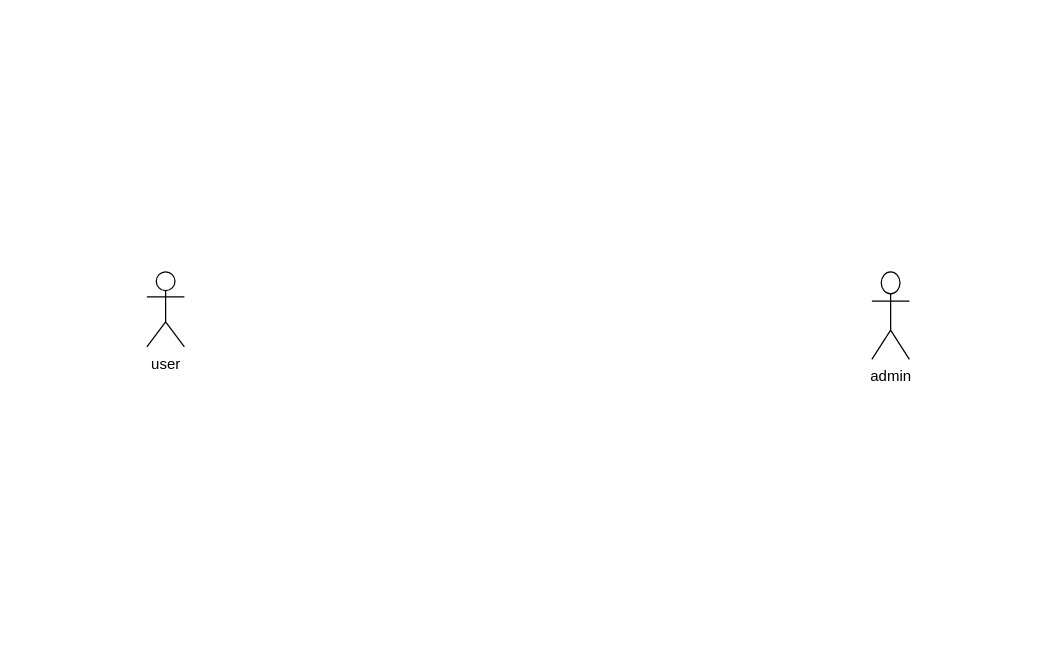
The draw.io diagram diagrams.drawio in YahiaAshraf-CS/Just_For_You_Frontend, before the edit. Source tidied: cells renumbered, new cells numbered last; positions are measured from the earlier drawing's top-left corner, leaving out a move shared by most shapes. Both pictures are drawn from the tidied source at 125%, with x=0, y=0 at pixel (146, 271).
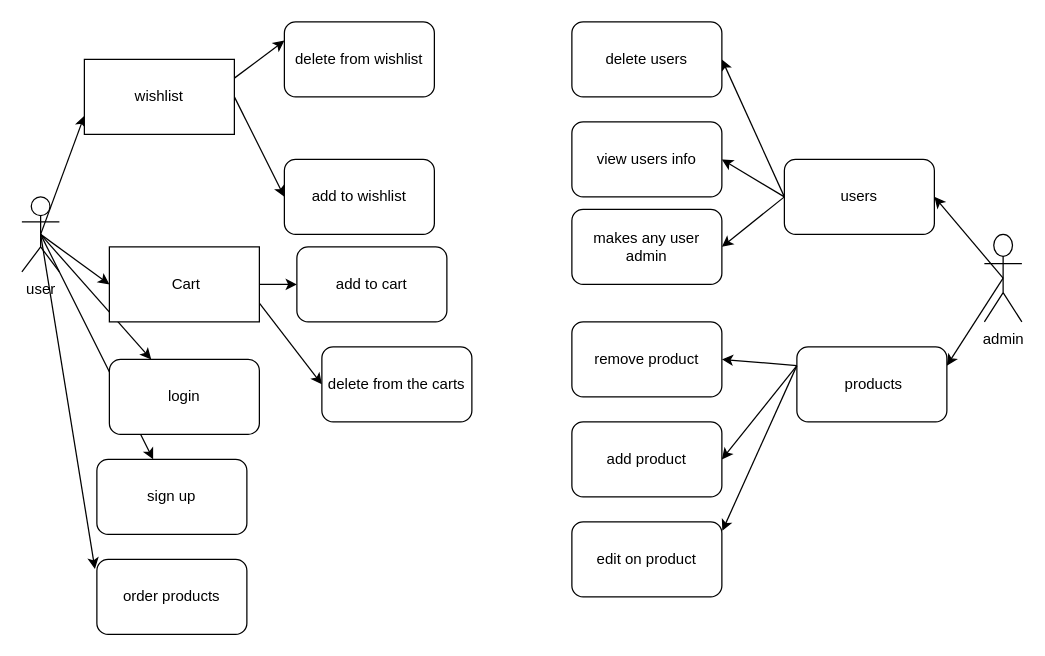
Above is the later version.

Commit message:
use case diagram

Diff of the diagram source:
```diff
@@
+    <mxCell id="4" style="edgeStyle=none;html=1;exitX=0.5;exitY=0.5;exitDx=0;exitDy=0;exitPerimeter=0;entryX=0;entryY=0.75;entryDx=0;entryDy=0;" parent="1" edge="1" source="2" target="12">
+      <mxGeometry relative="1" as="geometry" />
+    </mxCell>
+    <mxCell id="5" style="edgeStyle=none;html=1;exitX=0.5;exitY=0.5;exitDx=0;exitDy=0;exitPerimeter=0;entryX=0;entryY=0.5;entryDx=0;entryDy=0;" parent="1" edge="1" source="2" target="15">
+      <mxGeometry relative="1" as="geometry" />
+    </mxCell>
+    <mxCell id="6" style="edgeStyle=none;html=1;exitX=0.5;exitY=0.5;exitDx=0;exitDy=0;exitPerimeter=0;" parent="1" edge="1" source="2" target="16">
+      <mxGeometry relative="1" as="geometry" />
+    </mxCell>
+    <mxCell id="7" style="edgeStyle=none;html=1;exitX=0.5;exitY=0.5;exitDx=0;exitDy=0;exitPerimeter=0;" parent="1" edge="1" source="2" target="23">
+      <mxGeometry relative="1" as="geometry" />
+    </mxCell>
     <mxCell id="2" value="user" style="shape=umlActor;verticalLabelPosition=bottom;verticalAlign=top;html=1;" parent="1" vertex="1">
-      <mxGeometry width="30" height="60" as="geometry" />
+      <mxGeometry x="-100" y="-60" width="30" height="60" as="geometry" />
     </mxCell>
+    <mxCell id="8" style="edgeStyle=none;html=1;exitX=0.5;exitY=0.5;exitDx=0;exitDy=0;exitPerimeter=0;entryX=1;entryY=0.25;entryDx=0;entryDy=0;" parent="1" edge="1" source="3" target="31">
+      <mxGeometry relative="1" as="geometry" />
+    </mxCell>
+    <mxCell id="9" style="edgeStyle=none;html=1;exitX=0.5;exitY=0.5;exitDx=0;exitDy=0;exitPerimeter=0;entryX=1;entryY=0.5;entryDx=0;entryDy=0;" parent="1" edge="1" source="3" target="27">
+      <mxGeometry relative="1" as="geometry" />
+    </mxCell>
     <mxCell id="3" value="admin" style="shape=umlActor;verticalLabelPosition=bottom;verticalAlign=top;html=1;" parent="1" vertex="1">
-      <mxGeometry x="580" width="30" height="70" as="geometry" />
+      <mxGeometry x="670" y="-30" width="30" height="70" as="geometry" />
     </mxCell>
+    <mxCell id="10" style="edgeStyle=none;html=1;exitX=1;exitY=0.25;exitDx=0;exitDy=0;entryX=0;entryY=0.25;entryDx=0;entryDy=0;" parent="1" edge="1" source="12" target="17">
+      <mxGeometry relative="1" as="geometry" />
+    </mxCell>
+    <mxCell id="11" style="edgeStyle=none;html=1;exitX=1;exitY=0.5;exitDx=0;exitDy=0;entryX=0;entryY=0.5;entryDx=0;entryDy=0;" parent="1" edge="1" source="12" target="19">
+      <mxGeometry relative="1" as="geometry" />
+    </mxCell>
+    <mxCell id="12" value="wishlist" style="rounded=0;whiteSpace=wrap;html=1;" parent="1" vertex="1">
+      <mxGeometry x="-50" y="-170" width="120" height="60" as="geometry" />
+    </mxCell>
+    <mxCell id="13" style="edgeStyle=none;html=1;exitX=1;exitY=0.75;exitDx=0;exitDy=0;entryX=0;entryY=0.5;entryDx=0;entryDy=0;" parent="1" edge="1" source="15" target="18">
+      <mxGeometry relative="1" as="geometry" />
+    </mxCell>
+    <mxCell id="14" style="edgeStyle=none;html=1;exitX=1;exitY=0.5;exitDx=0;exitDy=0;entryX=0;entryY=0.5;entryDx=0;entryDy=0;" parent="1" edge="1" source="15" target="20">
+      <mxGeometry relative="1" as="geometry" />
+    </mxCell>
+    <mxCell id="15" value="&amp;nbsp;Cart" style="rounded=0;whiteSpace=wrap;html=1;" parent="1" vertex="1">
+      <mxGeometry x="-30" y="-20" width="120" height="60" as="geometry" />
+    </mxCell>
+    <mxCell id="16" value="login" style="rounded=1;whiteSpace=wrap;html=1;" parent="1" vertex="1">
+      <mxGeometry x="-30" y="70" width="120" height="60" as="geometry" />
+    </mxCell>
+    <mxCell id="17" value="delete from wishlist" style="rounded=1;whiteSpace=wrap;html=1;" parent="1" vertex="1">
+      <mxGeometry x="110" y="-200" width="120" height="60" as="geometry" />
+    </mxCell>
+    <mxCell id="18" value="delete from the carts" style="rounded=1;whiteSpace=wrap;html=1;" parent="1" vertex="1">
+      <mxGeometry x="140" y="60" width="120" height="60" as="geometry" />
+    </mxCell>
+    <mxCell id="19" value="add to wishlist" style="rounded=1;whiteSpace=wrap;html=1;" parent="1" vertex="1">
+      <mxGeometry x="110" y="-90" width="120" height="60" as="geometry" />
+    </mxCell>
+    <mxCell id="20" value="add to cart" style="rounded=1;whiteSpace=wrap;html=1;" parent="1" vertex="1">
+      <mxGeometry x="120" y="-20" width="120" height="60" as="geometry" />
+    </mxCell>
+    <mxCell id="21" value="order products" style="rounded=1;whiteSpace=wrap;html=1;" parent="1" vertex="1">
+      <mxGeometry x="-40" y="230" width="120" height="60" as="geometry" />
+    </mxCell>
+    <mxCell id="22" style="edgeStyle=none;html=1;exitX=0.5;exitY=0.5;exitDx=0;exitDy=0;exitPerimeter=0;entryX=-0.013;entryY=0.127;entryDx=0;entryDy=0;entryPerimeter=0;" parent="1" edge="1" source="2" target="21">
+      <mxGeometry relative="1" as="geometry" />
+    </mxCell>
+    <mxCell id="23" value="sign up" style="rounded=1;whiteSpace=wrap;html=1;" parent="1" vertex="1">
+      <mxGeometry x="-40" y="150" width="120" height="60" as="geometry" />
+    </mxCell>
+    <mxCell id="24" style="edgeStyle=none;html=1;exitX=0;exitY=0.5;exitDx=0;exitDy=0;entryX=1;entryY=0.5;entryDx=0;entryDy=0;" parent="1" edge="1" source="27" target="28">
+      <mxGeometry relative="1" as="geometry" />
+    </mxCell>
+    <mxCell id="25" style="edgeStyle=none;html=1;exitX=0;exitY=0.5;exitDx=0;exitDy=0;entryX=1;entryY=0.5;entryDx=0;entryDy=0;" parent="1" edge="1" source="27" target="36">
+      <mxGeometry relative="1" as="geometry" />
+    </mxCell>
+    <mxCell id="26" style="edgeStyle=none;html=1;exitX=0;exitY=0.5;exitDx=0;exitDy=0;entryX=1;entryY=0.5;entryDx=0;entryDy=0;" parent="1" edge="1" source="27" target="37">
+      <mxGeometry relative="1" as="geometry" />
+    </mxCell>
+    <mxCell id="27" value="&amp;nbsp;users&amp;nbsp;" style="rounded=1;whiteSpace=wrap;html=1;" parent="1" vertex="1">
+      <mxGeometry x="510" y="-90" width="120" height="60" as="geometry" />
+    </mxCell>
+    <mxCell id="28" value="delete users" style="rounded=1;whiteSpace=wrap;html=1;" parent="1" vertex="1">
+      <mxGeometry x="340" y="-200" width="120" height="60" as="geometry" />
+    </mxCell>
+    <mxCell id="29" style="edgeStyle=none;html=1;exitX=0;exitY=0.25;exitDx=0;exitDy=0;entryX=1;entryY=0.5;entryDx=0;entryDy=0;" parent="1" edge="1" source="31" target="32">
+      <mxGeometry relative="1" as="geometry" />
+    </mxCell>
+    <mxCell id="30" style="edgeStyle=none;html=1;exitX=0;exitY=0.25;exitDx=0;exitDy=0;entryX=1;entryY=0.5;entryDx=0;entryDy=0;" parent="1" edge="1" source="31" target="33">
+      <mxGeometry relative="1" as="geometry" />
+    </mxCell>
+    <mxCell id="31" value="&amp;nbsp;products" style="rounded=1;whiteSpace=wrap;html=1;" parent="1" vertex="1">
+      <mxGeometry x="520" y="60" width="120" height="60" as="geometry" />
+    </mxCell>
+    <mxCell id="32" value="remove product" style="rounded=1;whiteSpace=wrap;html=1;" parent="1" vertex="1">
+      <mxGeometry x="340" y="40" width="120" height="60" as="geometry" />
+    </mxCell>
+    <mxCell id="33" value="add product" style="rounded=1;whiteSpace=wrap;html=1;" parent="1" vertex="1">
+      <mxGeometry x="340" y="120" width="120" height="60" as="geometry" />
+    </mxCell>
+    <mxCell id="34" value="edit on product" style="rounded=1;whiteSpace=wrap;html=1;" parent="1" vertex="1">
+      <mxGeometry x="340" y="200" width="120" height="60" as="geometry" />
+    </mxCell>
+    <mxCell id="35" style="edgeStyle=none;html=1;exitX=0;exitY=0.25;exitDx=0;exitDy=0;entryX=1.003;entryY=0.12;entryDx=0;entryDy=0;entryPerimeter=0;" parent="1" edge="1" source="31" target="34">
+      <mxGeometry relative="1" as="geometry" />
+    </mxCell>
+    <mxCell id="36" value="view users info" style="rounded=1;whiteSpace=wrap;html=1;" parent="1" vertex="1">
+      <mxGeometry x="340" y="-120" width="120" height="60" as="geometry" />
+    </mxCell>
+    <mxCell id="37" value="makes any user admin" style="rounded=1;whiteSpace=wrap;html=1;" parent="1" vertex="1">
+      <mxGeometry x="340" y="-50" width="120" height="60" as="geometry" />
+    </mxCell>
```
